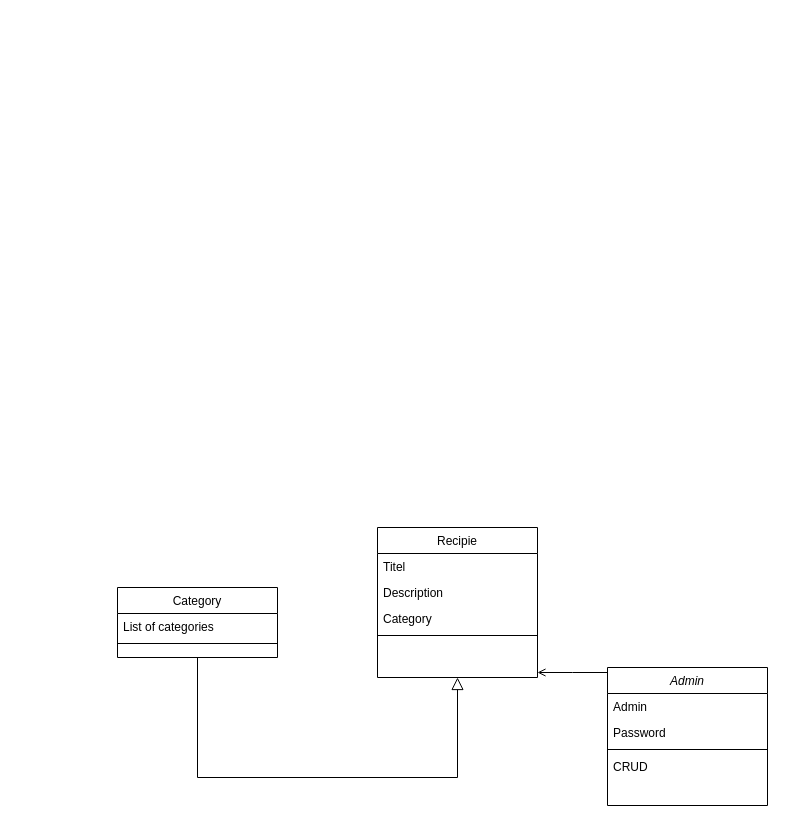
Boundless-State/ReceptbokenGrupp10 keeps this draw.io diagram as ReceptbokenGrupp10/ReceptbokenGrupp10/Resources/Receptbok Grupp10.drawio. Above is the earlier version. Source tidied: cells renumbered, new cells numbered last; positions are measured from the earlier drawing's top-left corner, leaving out a move shared by most shapes. Both pictures are drawn from the tidied source at 100%, with x=0, y=0 at pixel (117, 527).
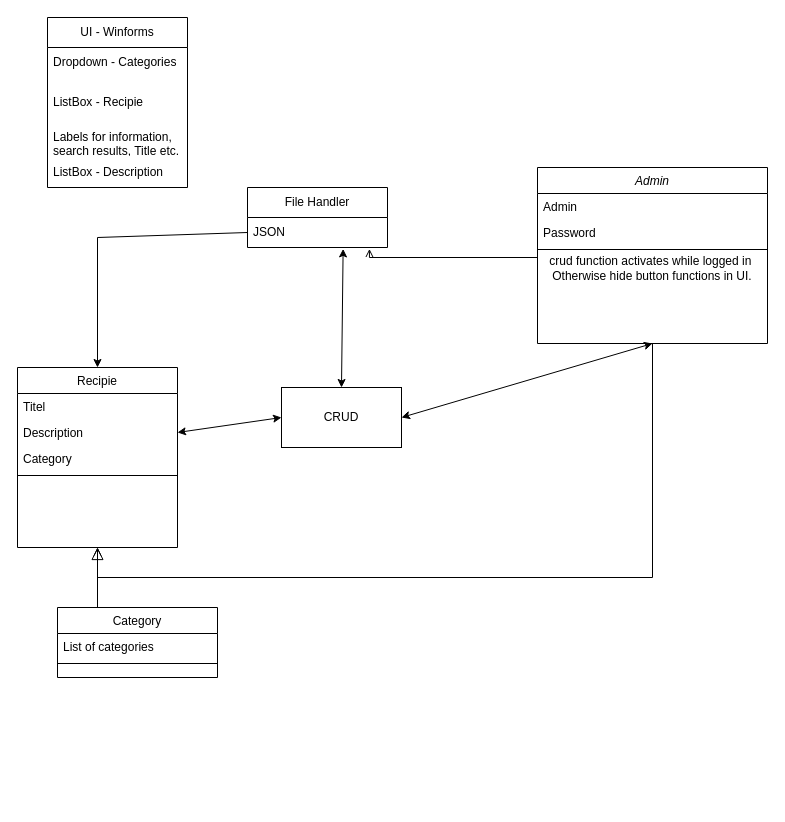
Above is the later version.

The change refers to these unchanged cells:
```xml
<mxCell id="13" value="Description" style="text;align=left;verticalAlign=top;spacingLeft=4;spacingRight=4;overflow=hidden;points=[[0,0.5],[1,0.5]];portConstraint=eastwest;rounded=0;shadow=0;html=0;" parent="11" vertex="1">
  <mxGeometry y="52" width="160" height="26" as="geometry" />
</mxCell>
```

Change to the diagram source:
```diff
@@
     <mxCell id="2" value="Admin" style="swimlane;fontStyle=2;align=center;verticalAlign=top;horizontal=1;startSize=26;rounded=0;shadow=0;strokeWidth=1;" parent="1" vertex="1">
-      <mxGeometry x="490" y="140" width="160" height="138" as="geometry" />
+      <mxGeometry x="420" y="-360" width="230" height="176" as="geometry" />
     </mxCell>
     <mxCell id="3" value="Admin" style="text;align=left;verticalAlign=top;spacingLeft=4;spacingRight=4;overflow=hidden;" parent="2" vertex="1">
-      <mxGeometry y="26" width="160" height="26" as="geometry" />
+      <mxGeometry y="26" width="230" height="26" as="geometry" />
     </mxCell>
     <mxCell id="4" value="Password" style="text;align=left;verticalAlign=top;spacingLeft=4;spacingRight=4;overflow=hidden;rounded=0;shadow=0;html=0;" parent="2" vertex="1">
-      <mxGeometry y="52" width="160" height="26" as="geometry" />
+      <mxGeometry y="52" width="230" height="26" as="geometry" />
     </mxCell>
     <mxCell id="5" style="line;html=1;strokeWidth=1;align=left;verticalAlign=middle;spacingTop=-1;spacingLeft=3;spacingRight=3;labelPosition=right;" parent="2" vertex="1">
-      <mxGeometry y="78" width="160" height="8" as="geometry" />
+      <mxGeometry y="78" width="230" height="8" as="geometry" />
     </mxCell>
-    <mxCell id="6" value="CRUD" style="text;align=left;verticalAlign=top;spacingLeft=4;spacingRight=4;overflow=hidden;" parent="2" vertex="1">
-      <mxGeometry y="86" width="160" height="26" as="geometry" />
-    </mxCell>
+    <mxCell id="17" value="crud function activates while logged in&amp;nbsp;&lt;div&gt;Otherwise hide button functions in UI.&lt;/div&gt;" style="text;html=1;align=center;verticalAlign=middle;whiteSpace=wrap;rounded=0;" parent="2" vertex="1">
+      <mxGeometry y="86" width="230" height="30" as="geometry" />
+    </mxCell>
     <mxCell id="7" value="Category" style="swimlane;fontStyle=0;align=center;verticalAlign=top;horizontal=1;startSize=26;rounded=0;shadow=0;strokeWidth=1;" parent="1" vertex="1">
-      <mxGeometry y="60" width="160" height="70" as="geometry" />
+      <mxGeometry x="-60" y="80" width="160" height="70" as="geometry" />
     </mxCell>
@@
     <mxCell id="10" style="endArrow=block;endSize=10;endFill=0;shadow=0;strokeWidth=1;rounded=0;curved=0;edgeStyle=elbowEdgeStyle;elbow=vertical;entryX=0.5;entryY=1;entryDx=0;entryDy=0;" parent="1" edge="1" source="7" target="11">
       <mxGeometry relative="1" as="geometry">
         <Array as="points">
-          <mxPoint x="300" y="250" />
+          <mxPoint x="-50" y="110" />
         </Array>
       </mxGeometry>
     </mxCell>
     <mxCell id="11" value="Recipie" style="swimlane;fontStyle=0;align=center;verticalAlign=top;horizontal=1;startSize=26;rounded=0;shadow=0;strokeWidth=1;" parent="1" vertex="1">
-      <mxGeometry x="260" width="160" height="150" as="geometry" />
+      <mxGeometry x="-100" y="-160" width="160" height="180" as="geometry" />
     </mxCell>
@@
     <mxCell id="16" style="endArrow=open;shadow=0;strokeWidth=1;rounded=0;curved=0;endFill=1;edgeStyle=elbowEdgeStyle;elbow=vertical;" parent="1" edge="1" source="2" target="11">
       <mxGeometry x="0.5" y="41" relative="1" as="geometry">
+        <Array as="points">
+          <mxPoint x="250" y="50" />
+        </Array>
         <mxPoint x="-40" y="32" as="offset" />
       </mxGeometry>
     </mxCell>
+    <mxCell id="18" value="File Handler" style="swimlane;fontStyle=0;horizontal=1;startSize=30;whiteSpace=wrap;html=1;" parent="1" vertex="1">
+      <mxGeometry x="130" y="-340" width="140" height="60" as="geometry" />
+    </mxCell>
+    <mxCell id="19" value="JSON" style="text;strokeColor=none;fillColor=none;align=left;verticalAlign=middle;spacingLeft=4;spacingRight=4;overflow=hidden;points=[[0,0.5],[1,0.5]];portConstraint=eastwest;whiteSpace=wrap;html=1;" parent="18" vertex="1">
+      <mxGeometry y="30" width="140" height="30" as="geometry" />
+    </mxCell>
+    <mxCell id="20" style="endArrow=open;shadow=0;strokeWidth=1;rounded=0;curved=0;endFill=1;edgeStyle=elbowEdgeStyle;elbow=vertical;entryX=0.871;entryY=1.047;entryDx=0;entryDy=0;entryPerimeter=0;exitX=0;exitY=0;exitDx=0;exitDy=0;" parent="1" edge="1" source="17" target="19">
+      <mxGeometry x="0.5" y="41" relative="1" as="geometry">
+        <Array as="points">
+          <mxPoint x="360" y="-270" />
+        </Array>
+        <mxPoint x="-40" y="32" as="offset" />
+      </mxGeometry>
+    </mxCell>
+    <mxCell id="21" style="endArrow=classic;html=1;rounded=0;entryX=0.5;entryY=0;entryDx=0;entryDy=0;exitX=0;exitY=0.5;exitDx=0;exitDy=0;" parent="1" edge="1" source="19" target="11">
+      <mxGeometry relative="1" as="geometry">
+        <Array as="points">
+          <mxPoint x="-20" y="-290" />
+        </Array>
+      </mxGeometry>
+    </mxCell>
+    <mxCell id="22" style="rounded=0;whiteSpace=wrap;html=1;" parent="1" vertex="1">
+      <mxGeometry x="164" y="-140" width="120" height="60" as="geometry" />
+    </mxCell>
+    <mxCell id="6" value="CRUD" style="text;html=1;align=center;verticalAlign=middle;whiteSpace=wrap;rounded=0;" parent="1" vertex="1">
+      <mxGeometry x="179" y="-130" width="90" height="40" as="geometry" />
+    </mxCell>
+    <mxCell id="23" style="endArrow=classic;startArrow=classic;html=1;rounded=0;entryX=0.5;entryY=1;entryDx=0;entryDy=0;exitX=1;exitY=0.5;exitDx=0;exitDy=0;" parent="1" edge="1" source="22" target="2">
+      <mxGeometry relative="1" as="geometry" />
+    </mxCell>
+    <mxCell id="24" style="endArrow=classic;startArrow=classic;html=1;rounded=0;entryX=1;entryY=0.5;entryDx=0;entryDy=0;exitX=0;exitY=0.5;exitDx=0;exitDy=0;" parent="1" edge="1" source="22" target="13">
+      <mxGeometry relative="1" as="geometry" />
+    </mxCell>
+    <mxCell id="25" style="endArrow=classic;startArrow=classic;html=1;rounded=0;entryX=0.683;entryY=1.047;entryDx=0;entryDy=0;entryPerimeter=0;exitX=0.5;exitY=0;exitDx=0;exitDy=0;" parent="1" edge="1" source="22" target="19">
+      <mxGeometry relative="1" as="geometry" />
+    </mxCell>
+    <mxCell id="26" value="UI - Winforms" style="swimlane;fontStyle=0;horizontal=1;startSize=30;whiteSpace=wrap;html=1;" parent="1" vertex="1">
+      <mxGeometry x="-70" y="-510" width="140" height="170" as="geometry" />
+    </mxCell>
+    <mxCell id="27" value="Dropdown - Categories" style="text;strokeColor=none;fillColor=none;align=left;verticalAlign=middle;spacingLeft=4;spacingRight=4;overflow=hidden;whiteSpace=wrap;html=1;" parent="26" vertex="1">
+      <mxGeometry y="30" width="140" height="30" as="geometry" />
+    </mxCell>
+    <mxCell id="28" value="ListBox - Recipie" style="text;strokeColor=none;fillColor=none;align=left;verticalAlign=middle;spacingLeft=4;spacingRight=4;overflow=hidden;whiteSpace=wrap;html=1;" parent="26" vertex="1">
+      <mxGeometry y="60" width="140" height="50" as="geometry" />
+    </mxCell>
+    <mxCell id="29" value="Labels for information, search results, Title etc." style="text;strokeColor=none;fillColor=none;align=left;verticalAlign=middle;spacingLeft=4;spacingRight=4;overflow=hidden;whiteSpace=wrap;html=1;" parent="26" vertex="1">
+      <mxGeometry y="110" width="140" height="30" as="geometry" />
+    </mxCell>
+    <mxCell id="30" value="ListBox - Description" style="text;strokeColor=none;fillColor=none;align=left;verticalAlign=middle;spacingLeft=4;spacingRight=4;overflow=hidden;whiteSpace=wrap;html=1;" parent="26" vertex="1">
+      <mxGeometry y="140" width="140" height="30" as="geometry" />
+    </mxCell>
```
